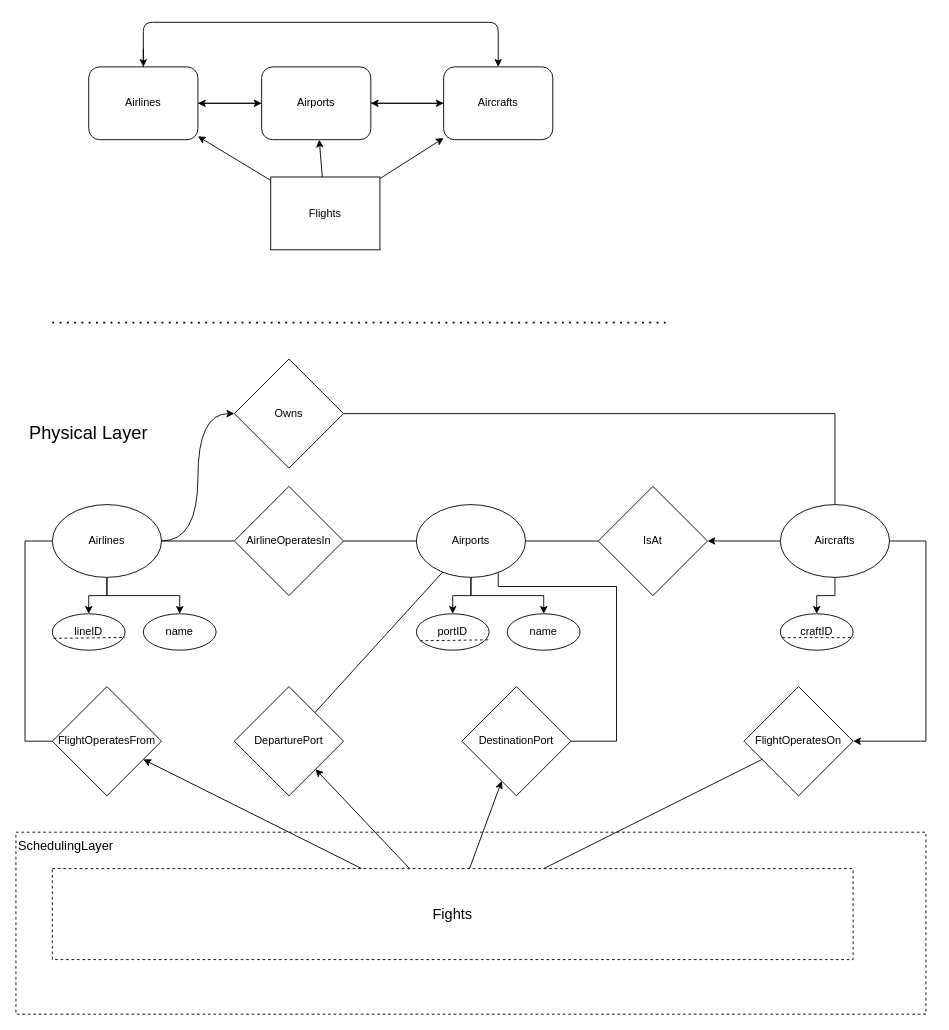
kyle4036/DatabaseManagement2026Project1 keeps this draw.io diagram as page "PhysicalLayer" (3 of 7) of ERDiagram.drawio. Above is the earlier version. Source tidied: cells renumbered, new cells numbered last; positions are measured from the earlier drawing's top-left corner, leaving out a move shared by most shapes. Both pictures are drawn from the tidied source at 91%, with x=0, y=0 at pixel (15, 22).
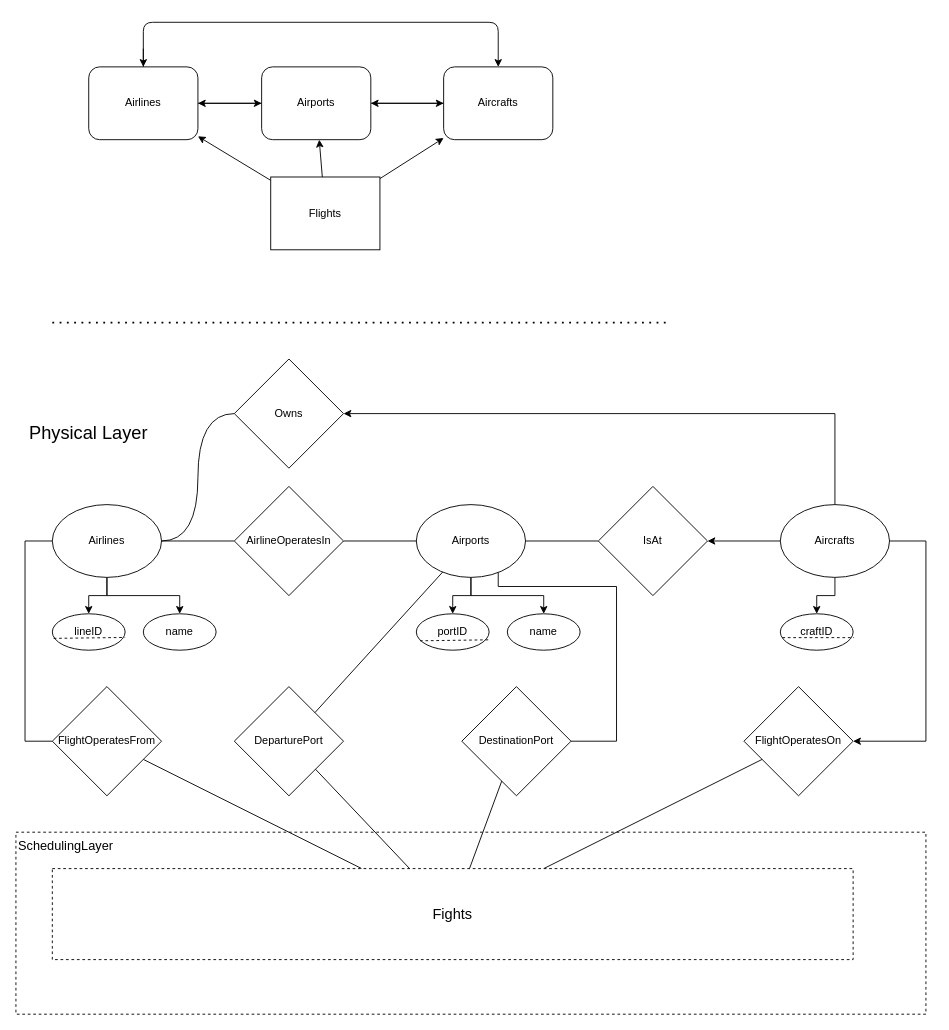
Above is the later version.

The change refers to these unchanged cells:
```xml
<mxCell id="17" value="Airlines" style="ellipse;whiteSpace=wrap;html=1;" parent="1" vertex="1">
  <mxGeometry x="40" y="530" width="120" height="80" as="geometry" />
</mxCell>
<mxCell id="26" value="Aircrafts" style="ellipse;whiteSpace=wrap;html=1;" parent="1" vertex="1">
  <mxGeometry x="840" y="530" width="120" height="80" as="geometry" />
</mxCell>
<mxCell id="32" value="Owns" style="rhombus;whiteSpace=wrap;html=1;" parent="1" vertex="1">
  <mxGeometry x="240" y="370" width="120" height="120" as="geometry" />
</mxCell>
<mxCell id="41" value="&lt;font style=&quot;font-size: 16px;&quot;&gt;Fights&lt;/font&gt;" style="rounded=0;whiteSpace=wrap;html=1;dashed=1;" parent="1" vertex="1">
  <mxGeometry x="40" y="930" width="880" height="100" as="geometry" />
</mxCell>
<mxCell id="43" value="DestinationPort" style="rhombus;whiteSpace=wrap;html=1;" parent="1" vertex="1">
  <mxGeometry x="490" y="730" width="120" height="120" as="geometry" />
</mxCell>
<mxCell id="44" value="DeparturePort" style="rhombus;whiteSpace=wrap;html=1;" parent="1" vertex="1">
  <mxGeometry x="240" y="730" width="120" height="120" as="geometry" />
</mxCell>
<mxCell id="47" value="FlightOperatesFrom" style="rhombus;whiteSpace=wrap;html=1;" parent="1" vertex="1">
  <mxGeometry x="40" y="730" width="120" height="120" as="geometry" />
</mxCell>
```

The edit, as a diff of the source:
```diff
@@
-    <mxCell id="15" style="edgeStyle=orthogonalEdgeStyle;rounded=0;jettySize=auto;html=1;entryX=0;entryY=0.5;entryDx=0;entryDy=0;curved=1;" parent="1" edge="1" source="17" target="32">
+    <mxCell id="15" style="edgeStyle=orthogonalEdgeStyle;rounded=0;jettySize=auto;html=1;entryX=0;entryY=0.5;entryDx=0;entryDy=0;curved=1;endArrow=none;endFill=0;" parent="1" edge="1" source="17" target="32">
       <mxGeometry relative="1" as="geometry" />
     </mxCell>
@@
-    <mxCell id="24" style="edgeStyle=orthogonalEdgeStyle;rounded=0;jettySize=auto;html=1;entryX=1;entryY=0.5;entryDx=0;entryDy=0;endArrow=none;endFill=0;" parent="1" edge="1" source="26" target="32">
+    <mxCell id="24" style="edgeStyle=orthogonalEdgeStyle;rounded=0;jettySize=auto;html=1;entryX=1;entryY=0.5;entryDx=0;entryDy=0;endArrow=classic;endFill=1;startArrow=none;startFill=0;" parent="1" edge="1" source="26" target="32">
       <mxGeometry relative="1" as="geometry">
         <Array as="points">
           <mxPoint x="900" y="430" />
         </Array>
       </mxGeometry>
     </mxCell>
@@
-    <mxCell id="38" style="rounded=0;jettySize=auto;html=1;" parent="1" edge="1" source="41" target="43">
+    <mxCell id="38" style="rounded=0;jettySize=auto;html=1;endArrow=none;endFill=0;" parent="1" edge="1" source="41" target="43">
       <mxGeometry relative="1" as="geometry" />
     </mxCell>
-    <mxCell id="39" style="rounded=0;jettySize=auto;html=1;" parent="1" edge="1" source="41" target="47">
+    <mxCell id="39" style="rounded=0;jettySize=auto;html=1;endArrow=none;endFill=0;" parent="1" edge="1" source="41" target="47">
       <mxGeometry relative="1" as="geometry" />
     </mxCell>
@@
-    <mxCell id="45" style="rounded=0;jettySize=auto;html=1;" parent="1" edge="1" source="41" target="44">
+    <mxCell id="45" style="rounded=0;jettySize=auto;html=1;endArrow=none;endFill=0;" parent="1" edge="1" source="41" target="44">
       <mxGeometry relative="1" as="geometry" />
     </mxCell>
```
